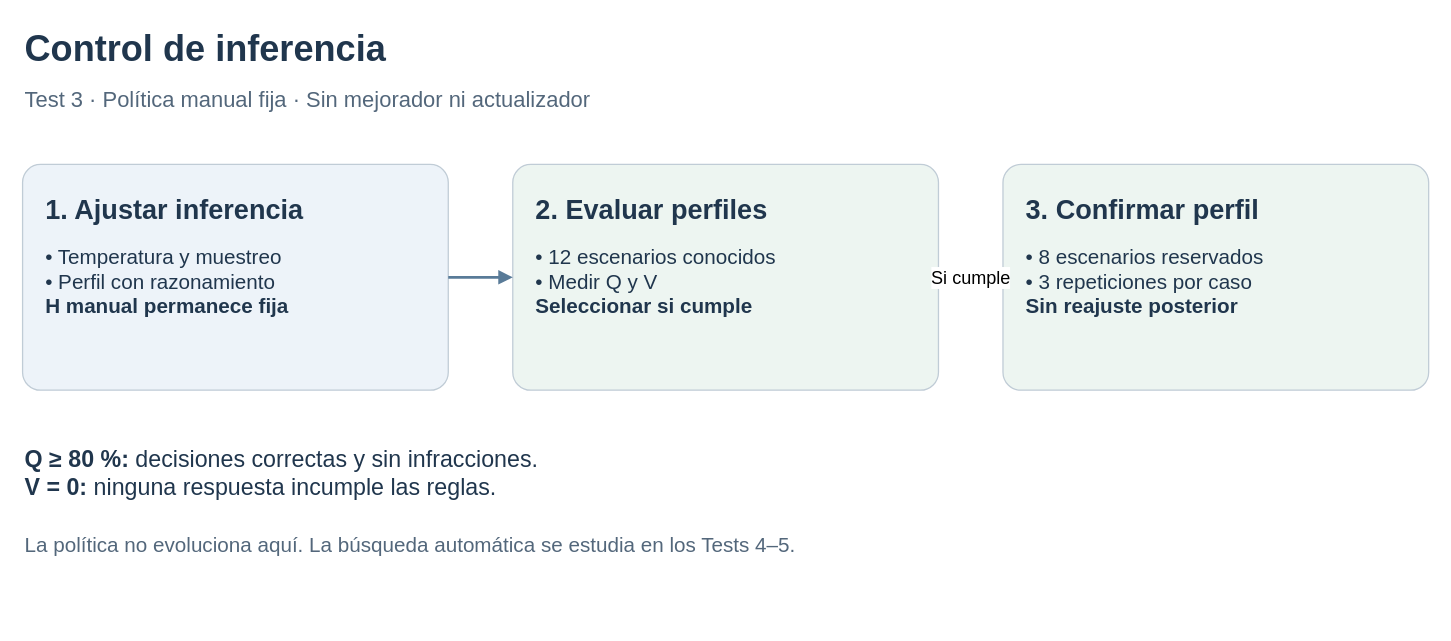
Before: research/cases/case-0003-debt-negotiation/diagrams/inference-control.drawio in jairzinhosantos/thinking-harness, a draw.io diagram. Source tidied: cells renumbered, new cells numbered last; positions are measured from the earlier drawing's top-left corner, leaving out a move shared by most shapes. Both pictures are drawn from the tidied source at 129%, with x=0, y=0 at pixel (22, 22).
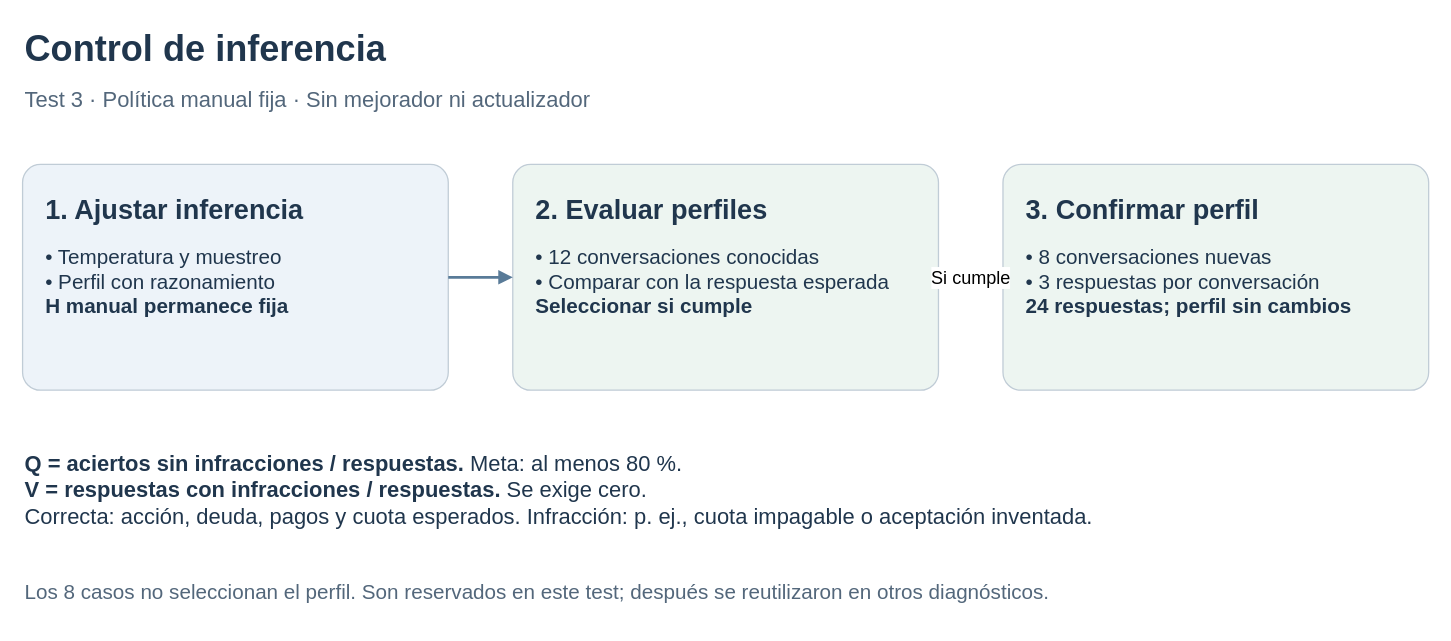
Above is the later version.

Change to the diagram source:
```diff
@@
 <mxGraphModel>
   <root>
     <mxCell id="0" />
     <mxCell id="1" parent="0" />
     <mxCell id="2" value="Control de inferencia" style="text;html=1;whiteSpace=wrap;align=left;verticalAlign=middle;fontFamily=Arial;fontColor=#20364D;fontSize=28;fontStyle=1;" parent="1" vertex="1">
       <mxGeometry width="1090" height="40" as="geometry" />
     </mxCell>
     <mxCell id="3" value="Test 3 · Política manual fija · Sin mejorador ni actualizador" style="text;html=1;whiteSpace=wrap;align=left;verticalAlign=middle;fontFamily=Arial;fontColor=#53677B;fontSize=17;fontStyle=0;" parent="1" vertex="1">
       <mxGeometry y="45" width="1090" height="32" as="geometry" />
     </mxCell>
     <mxCell id="4" value="&lt;div style=&quot;text-align:left&quot;&gt;&lt;b style=&quot;font-size:21px&quot;&gt;1. Ajustar inferencia&lt;/b&gt;&lt;br&gt;&lt;br&gt;&lt;span style=&quot;font-size:16px&quot;&gt;• Temperatura y muestreo&lt;br&gt;• Perfil con razonamiento&lt;br&gt;&lt;b&gt;H manual permanece fija&lt;/b&gt;&lt;/span&gt;&lt;/div&gt;" style="rounded=1;arcSize=8;whiteSpace=wrap;html=1;fillColor=#EDF3F9;strokeColor=#C0CCD6;fontColor=#20364D;fontFamily=Arial;align=left;verticalAlign=top;spacing=18;" parent="1" vertex="1">
       <mxGeometry y="110" width="330" height="175" as="geometry" />
     </mxCell>
-    <mxCell id="5" value="&lt;div style=&quot;text-align:left&quot;&gt;&lt;b style=&quot;font-size:21px&quot;&gt;2. Evaluar perfiles&lt;/b&gt;&lt;br&gt;&lt;br&gt;&lt;span style=&quot;font-size:16px&quot;&gt;• 12 escenarios conocidos&lt;br&gt;• Medir Q y V&lt;br&gt;&lt;b&gt;Seleccionar si cumple&lt;/b&gt;&lt;/span&gt;&lt;/div&gt;" style="rounded=1;arcSize=8;whiteSpace=wrap;html=1;fillColor=#EDF5F1;strokeColor=#C0CCD6;fontColor=#20364D;fontFamily=Arial;align=left;verticalAlign=top;spacing=18;" parent="1" vertex="1">
+    <mxCell id="5" value="&lt;div style=&quot;text-align:left&quot;&gt;&lt;b style=&quot;font-size:21px&quot;&gt;2. Evaluar perfiles&lt;/b&gt;&lt;br&gt;&lt;br&gt;&lt;span style=&quot;font-size:16px&quot;&gt;• 12 conversaciones conocidas&lt;br&gt;• Comparar con la respuesta esperada&lt;br&gt;&lt;b&gt;Seleccionar si cumple&lt;/b&gt;&lt;/span&gt;&lt;/div&gt;" style="rounded=1;arcSize=8;whiteSpace=wrap;html=1;fillColor=#EDF5F1;strokeColor=#C0CCD6;fontColor=#20364D;fontFamily=Arial;align=left;verticalAlign=top;spacing=18;" parent="1" vertex="1">
       <mxGeometry x="380" y="110" width="330" height="175" as="geometry" />
     </mxCell>
-    <mxCell id="6" value="&lt;div style=&quot;text-align:left&quot;&gt;&lt;b style=&quot;font-size:21px&quot;&gt;3. Confirmar perfil&lt;/b&gt;&lt;br&gt;&lt;br&gt;&lt;span style=&quot;font-size:16px&quot;&gt;• 8 escenarios reservados&lt;br&gt;• 3 repeticiones por caso&lt;br&gt;&lt;b&gt;Sin reajuste posterior&lt;/b&gt;&lt;/span&gt;&lt;/div&gt;" style="rounded=1;arcSize=8;whiteSpace=wrap;html=1;fillColor=#EDF5F1;strokeColor=#C0CCD6;fontColor=#20364D;fontFamily=Arial;align=left;verticalAlign=top;spacing=18;" parent="1" vertex="1">
+    <mxCell id="6" value="&lt;div style=&quot;text-align:left&quot;&gt;&lt;b style=&quot;font-size:21px&quot;&gt;3. Confirmar perfil&lt;/b&gt;&lt;br&gt;&lt;br&gt;&lt;span style=&quot;font-size:16px&quot;&gt;• 8 conversaciones nuevas&lt;br&gt;• 3 respuestas por conversación&lt;br&gt;&lt;b&gt;24 respuestas; perfil sin cambios&lt;/b&gt;&lt;/span&gt;&lt;/div&gt;" style="rounded=1;arcSize=8;whiteSpace=wrap;html=1;fillColor=#EDF5F1;strokeColor=#C0CCD6;fontColor=#20364D;fontFamily=Arial;align=left;verticalAlign=top;spacing=18;" parent="1" vertex="1">
       <mxGeometry x="760" y="110" width="330" height="175" as="geometry" />
     </mxCell>
     <mxCell id="7" style="edgeStyle=orthogonalEdgeStyle;rounded=1;html=1;endArrow=block;endFill=1;strokeWidth=2;fontSize=14;fontFamily=Arial;labelBackgroundColor=#FFFFFF;strokeColor=#597B98;" parent="1" edge="1" source="4" target="5">
       <mxGeometry relative="1" as="geometry" />
     </mxCell>
     <mxCell id="8" value="Si cumple" style="edgeStyle=orthogonalEdgeStyle;rounded=1;html=1;endArrow=block;endFill=1;strokeWidth=2;fontSize=14;fontFamily=Arial;labelBackgroundColor=#FFFFFF;strokeColor=#597B98;" parent="1" edge="1" source="5" target="6">
       <mxGeometry relative="1" as="geometry" />
     </mxCell>
-    <mxCell id="9" value="&lt;b&gt;Q ≥ 80 %:&lt;/b&gt; decisiones correctas y sin infracciones.&lt;br&gt;&lt;b&gt;V = 0:&lt;/b&gt; ninguna respuesta incumple las reglas." style="text;html=1;whiteSpace=wrap;align=left;verticalAlign=middle;fontFamily=Arial;fontColor=#20364D;fontSize=18;fontStyle=0;" parent="1" vertex="1">
-      <mxGeometry y="315" width="1090" height="70" as="geometry" />
+    <mxCell id="9" value="&lt;b&gt;Q = aciertos sin infracciones / respuestas.&lt;/b&gt; Meta: al menos 80 %.&lt;br&gt;&lt;b&gt;V = respuestas con infracciones / respuestas.&lt;/b&gt; Se exige cero.&lt;br&gt;Correcta: acción, deuda, pagos y cuota esperados. Infracción: p. ej., cuota impagable o aceptación inventada." style="text;html=1;whiteSpace=wrap;align=left;verticalAlign=middle;fontFamily=Arial;fontColor=#20364D;fontSize=17;fontStyle=0;" parent="1" vertex="1">
+      <mxGeometry y="315" width="1090" height="95" as="geometry" />
     </mxCell>
-    <mxCell id="10" value="La política no evoluciona aquí. La búsqueda automática se estudia en los Tests 4–5." style="text;html=1;whiteSpace=wrap;align=left;verticalAlign=middle;fontFamily=Arial;fontColor=#53677B;fontSize=16;fontStyle=0;" parent="1" vertex="1">
-      <mxGeometry y="390" width="1090" height="30" as="geometry" />
+    <mxCell id="10" value="Los 8 casos no seleccionan el perfil. Son reservados en este test; después se reutilizaron en otros diagnósticos." style="text;html=1;whiteSpace=wrap;align=left;verticalAlign=middle;fontFamily=Arial;fontColor=#53677B;fontSize=16;fontStyle=0;" parent="1" vertex="1">
+      <mxGeometry y="418" width="1090" height="45" as="geometry" />
     </mxCell>
   </root>
 </mxGraphModel>
```
